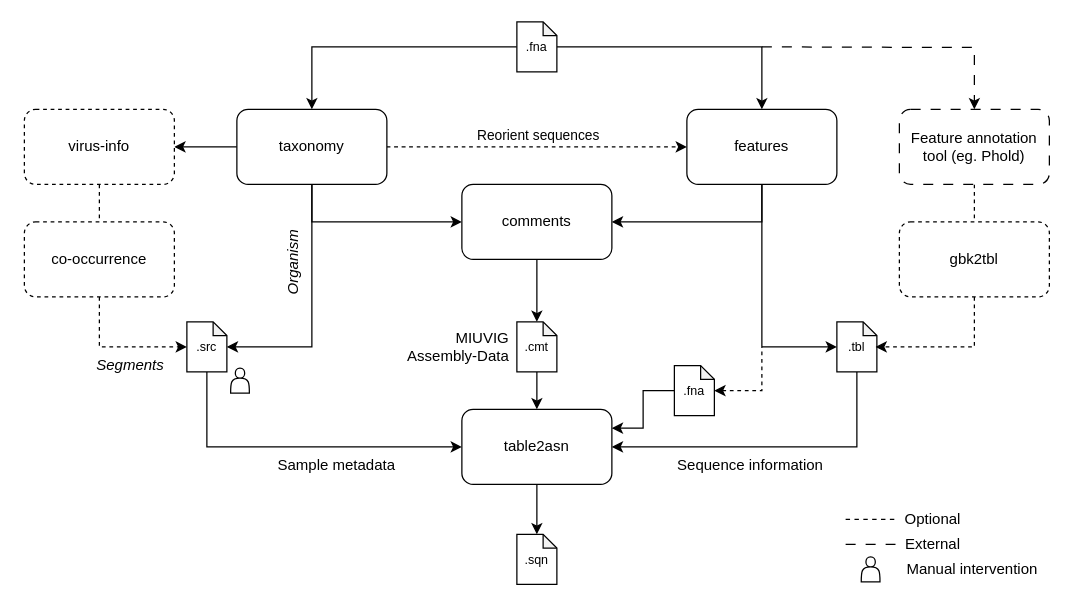
The draw.io diagram _static/suvtk_diagram.drawio in LanderDC/suvtk, before the edit. Source tidied: cells renumbered, new cells numbered last; positions are measured from the earlier drawing's top-left corner, leaving out a move shared by most shapes. Both pictures are drawn from the tidied source at 125%, with x=0, y=0 at pixel (24, 21).
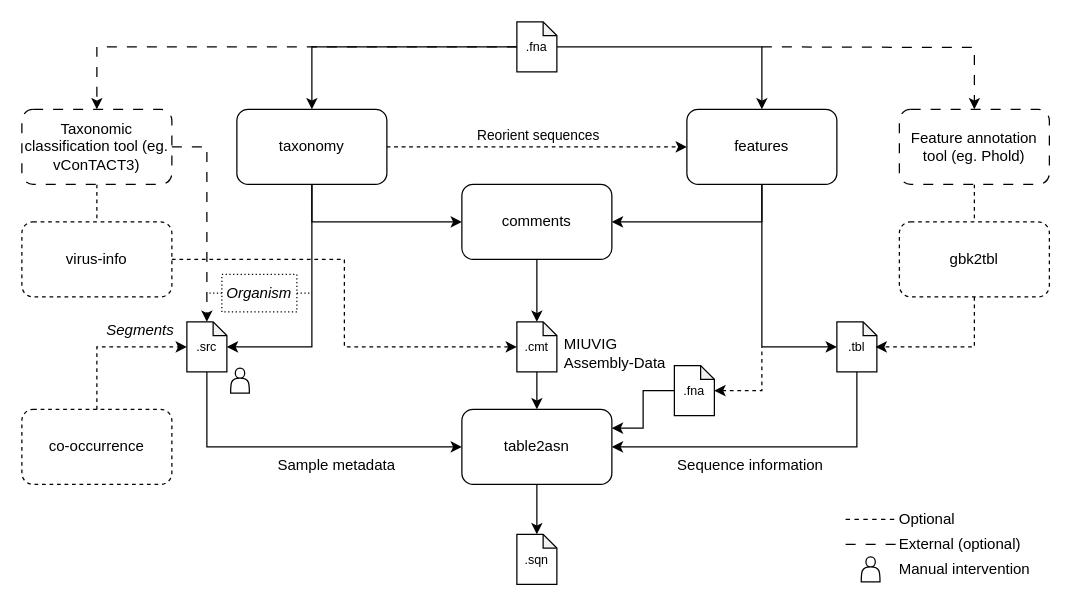
The same diagram, later.

The change refers to these unchanged cells:
```xml
<mxCell id="6" value="taxonomy" style="rounded=1;whiteSpace=wrap;html=1;" parent="1" vertex="1">
  <mxGeometry x="170" y="70" width="120" height="60" as="geometry" />
</mxCell>
<mxCell id="18" value="&lt;font style=&quot;font-size: 10px;&quot;&gt;.src&lt;/font&gt;" style="shape=note;whiteSpace=wrap;html=1;backgroundOutline=1;darkOpacity=0.05;size=11;" parent="1" vertex="1">
  <mxGeometry x="130" y="240" width="32" height="40" as="geometry" />
</mxCell>
<mxCell id="21" value="&lt;font style=&quot;font-size: 10px;&quot;&gt;.cmt&lt;/font&gt;" style="shape=note;whiteSpace=wrap;html=1;backgroundOutline=1;darkOpacity=0.05;size=11;" parent="1" vertex="1">
  <mxGeometry x="394" y="240" width="32" height="40" as="geometry" />
</mxCell>
<mxCell id="33" value="&lt;font style=&quot;font-size: 10px;&quot;&gt;.fna&lt;/font&gt;" style="shape=note;whiteSpace=wrap;html=1;backgroundOutline=1;darkOpacity=0.05;size=11;" parent="1" vertex="1">
  <mxGeometry x="394" width="32" height="40" as="geometry" />
</mxCell>
<mxCell id="44" style="group;" parent="1" vertex="1">
  <mxGeometry x="657" y="383" width="162.5" height="70" as="geometry" />
</mxCell>
```

What changed in the source:
```diff
@@
-    <mxCell id="5" style="edgeStyle=orthogonalEdgeStyle;rounded=0;jettySize=auto;html=1;exitX=0;exitY=0.5;exitDx=0;exitDy=0;entryX=1;entryY=0.5;entryDx=0;entryDy=0;" parent="1" edge="1" source="6" target="11">
-      <mxGeometry relative="1" as="geometry" />
-    </mxCell>
@@
     <mxCell id="11" value="virus-info" style="rounded=1;whiteSpace=wrap;html=1;dashed=1;" parent="1" vertex="1">
-      <mxGeometry y="70" width="120" height="60" as="geometry" />
+      <mxGeometry x="-2" y="160" width="120" height="60" as="geometry" />
     </mxCell>
@@
-    <mxCell id="19" style="edgeStyle=orthogonalEdgeStyle;rounded=0;jettySize=auto;html=1;exitX=0.5;exitY=1;exitDx=0;exitDy=0;entryX=0;entryY=0.5;entryDx=0;entryDy=0;entryPerimeter=0;dashed=1;" parent="1" edge="1" source="11" target="18">
-      <mxGeometry relative="1" as="geometry" />
-    </mxCell>
@@
     <mxCell id="27" value="&lt;i&gt;Segments&lt;/i&gt;" style="text;html=1;align=center;verticalAlign=middle;whiteSpace=wrap;rounded=0;rotation=0;" parent="1" vertex="1">
-      <mxGeometry x="50" y="260" width="70" height="30" as="geometry" />
+      <mxGeometry x="58" y="232" width="70" height="30" as="geometry" />
     </mxCell>
+    <mxCell id="51" style="edgeStyle=orthogonalEdgeStyle;rounded=0;jettySize=auto;html=1;exitX=0;exitY=0.5;exitDx=0;exitDy=0;endArrow=none;startFill=0;dashed=1;dashPattern=1 2;" parent="1" edge="1" source="28">
+      <mxGeometry relative="1" as="geometry">
+        <mxPoint x="148" y="217" as="targetPoint" />
+      </mxGeometry>
+    </mxCell>
+    <mxCell id="52" style="edgeStyle=orthogonalEdgeStyle;rounded=0;jettySize=auto;html=1;exitX=1;exitY=0.5;exitDx=0;exitDy=0;endArrow=none;startFill=0;dashed=1;dashPattern=1 2;" parent="1" edge="1" source="28">
+      <mxGeometry relative="1" as="geometry">
+        <mxPoint x="228" y="217" as="targetPoint" />
+      </mxGeometry>
+    </mxCell>
-    <mxCell id="28" value="&lt;i&gt;Organism&lt;/i&gt;" style="text;html=1;align=center;verticalAlign=middle;whiteSpace=wrap;rounded=0;rotation=-90;" parent="1" vertex="1">
-      <mxGeometry x="155" y="177.5" width="120" height="30" as="geometry" />
+    <mxCell id="28" value="&lt;i&gt;Organism&lt;/i&gt;" style="text;html=1;align=center;verticalAlign=middle;whiteSpace=wrap;rounded=0;rotation=0;strokeColor=default;dashed=1;dashPattern=1 2;" parent="1" vertex="1">
+      <mxGeometry x="158" y="202" width="60" height="30" as="geometry" />
     </mxCell>
@@
+    <mxCell id="53" style="edgeStyle=orthogonalEdgeStyle;rounded=0;jettySize=auto;html=1;exitX=0;exitY=0.5;exitDx=0;exitDy=0;exitPerimeter=0;entryX=0.5;entryY=0;entryDx=0;entryDy=0;dashed=1;dashPattern=8 8;" parent="1" edge="1" source="33" target="56">
+      <mxGeometry relative="1" as="geometry" />
+    </mxCell>
@@
-    <mxCell id="37" value="MIUVIG&lt;div&gt;Assembly-Data&lt;/div&gt;" style="text;html=1;align=right;verticalAlign=middle;whiteSpace=wrap;rounded=0;" parent="1" vertex="1">
-      <mxGeometry x="300" y="245" width="90" height="30" as="geometry" />
+    <mxCell id="37" value="MIUVIG&lt;div&gt;Assembly-Data&lt;/div&gt;" style="text;html=1;align=left;verticalAlign=middle;whiteSpace=wrap;rounded=0;" parent="1" vertex="1">
+      <mxGeometry x="430" y="250" width="90" height="30" as="geometry" />
     </mxCell>
@@
     <mxCell id="39" value="co-occurrence" style="rounded=1;whiteSpace=wrap;html=1;dashed=1;" parent="1" vertex="1">
-      <mxGeometry y="160" width="120" height="60" as="geometry" />
+      <mxGeometry x="-2" y="310" width="120" height="60" as="geometry" />
     </mxCell>
@@
-    <mxCell id="48" value="Optional" style="text;html=1;align=center;verticalAlign=middle;whiteSpace=wrap;rounded=0;flipV=0;" parent="44" vertex="1">
-      <mxGeometry x="39.9" width="60" height="30" as="geometry" />
+    <mxCell id="48" value="Optional" style="text;html=1;align=left;verticalAlign=middle;whiteSpace=wrap;rounded=0;flipV=0;" parent="44" vertex="1">
+      <mxGeometry x="41" width="60" height="30" as="geometry" />
     </mxCell>
-    <mxCell id="49" value="External" style="text;html=1;align=center;verticalAlign=middle;whiteSpace=wrap;rounded=0;flipV=0;" parent="44" vertex="1">
-      <mxGeometry x="39.9" y="20" width="60" height="30" as="geometry" />
+    <mxCell id="49" value="External (optional)" style="text;html=1;align=left;verticalAlign=middle;whiteSpace=wrap;rounded=0;flipV=0;" parent="44" vertex="1">
+      <mxGeometry x="41" y="20" width="110.1" height="30" as="geometry" />
     </mxCell>
-    <mxCell id="50" value="Manual intervention" style="text;html=1;align=center;verticalAlign=middle;whiteSpace=wrap;rounded=0;flipV=0;" parent="44" vertex="1">
-      <mxGeometry x="39.9" y="40" width="122.5" height="30" as="geometry" />
+    <mxCell id="50" value="Manual intervention" style="text;html=1;align=left;verticalAlign=middle;whiteSpace=wrap;rounded=0;flipV=0;" parent="44" vertex="1">
+      <mxGeometry x="41" y="40" width="122.5" height="30" as="geometry" />
     </mxCell>
+    <mxCell id="54" style="edgeStyle=orthogonalEdgeStyle;rounded=0;jettySize=auto;html=1;exitX=0.5;exitY=0;exitDx=0;exitDy=0;entryX=0;entryY=0.5;entryDx=0;entryDy=0;entryPerimeter=0;dashed=1;" parent="1" edge="1" source="39" target="18">
+      <mxGeometry relative="1" as="geometry" />
+    </mxCell>
+    <mxCell id="55" style="edgeStyle=orthogonalEdgeStyle;rounded=0;jettySize=auto;html=1;exitX=0.5;exitY=1;exitDx=0;exitDy=0;entryX=0.5;entryY=0;entryDx=0;entryDy=0;dashed=1;endArrow=none;startFill=0;" parent="1" edge="1" source="56" target="11">
+      <mxGeometry relative="1" as="geometry" />
+    </mxCell>
+    <mxCell id="56" value="Taxonomic classification tool (eg. vConTACT3)" style="rounded=1;whiteSpace=wrap;html=1;dashed=1;dashPattern=8 8;" parent="1" vertex="1">
+      <mxGeometry x="-2" y="70" width="120" height="60" as="geometry" />
+    </mxCell>
+    <mxCell id="57" style="edgeStyle=orthogonalEdgeStyle;rounded=0;jettySize=auto;html=1;exitX=1;exitY=0.5;exitDx=0;exitDy=0;entryX=0.5;entryY=0;entryDx=0;entryDy=0;entryPerimeter=0;dashed=1;dashPattern=8 8;" parent="1" edge="1" source="56" target="18">
+      <mxGeometry relative="1" as="geometry" />
+    </mxCell>
+    <mxCell id="58" style="edgeStyle=elbowEdgeStyle;rounded=0;jettySize=auto;html=1;exitX=1;exitY=0.5;exitDx=0;exitDy=0;entryX=0;entryY=0.5;entryDx=0;entryDy=0;entryPerimeter=0;dashed=1;" parent="1" edge="1" source="11" target="21">
+      <mxGeometry relative="1" as="geometry" />
+    </mxCell>
```
